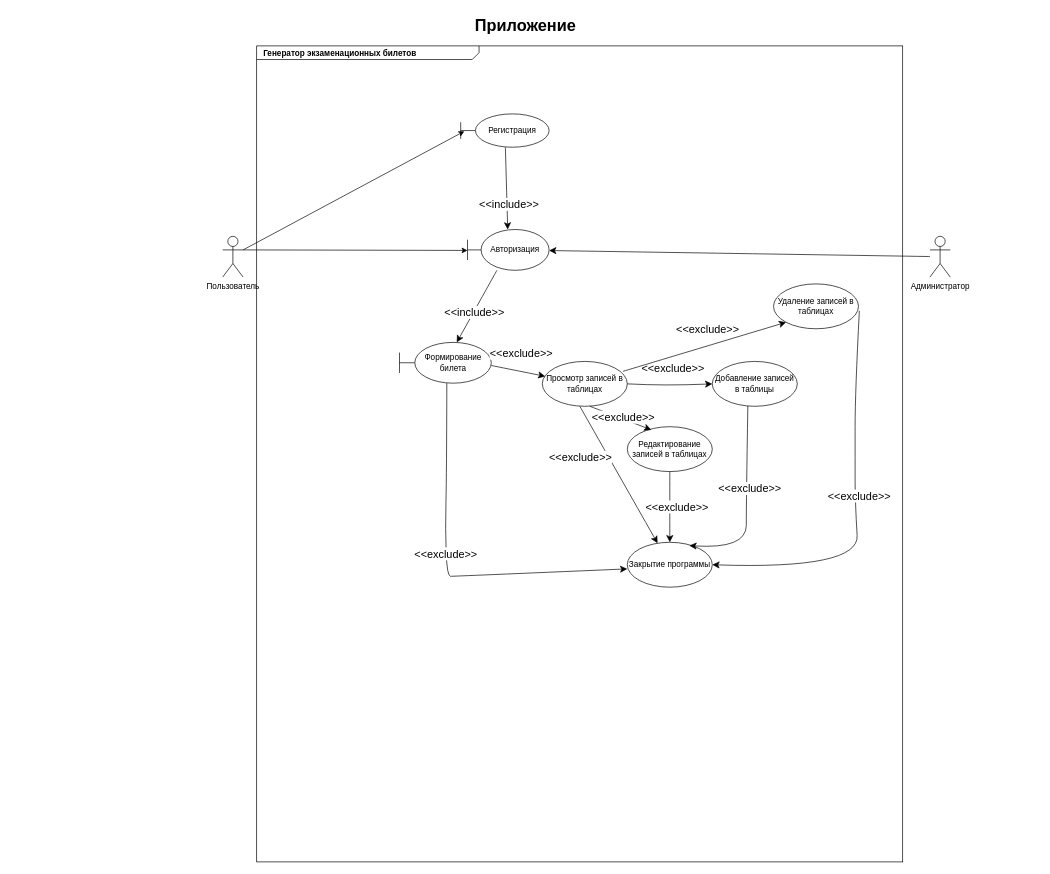
The draw.io diagram Explanatory note/uml.drawio in constantines3434/Kursach, before the edit. Source tidied: cells renumbered, new cells numbered last; positions are measured from the earlier drawing's top-left corner, leaving out a move shared by most shapes. Both pictures are drawn from the tidied source at 68%, with x=0, y=0 at pixel (12, 12).
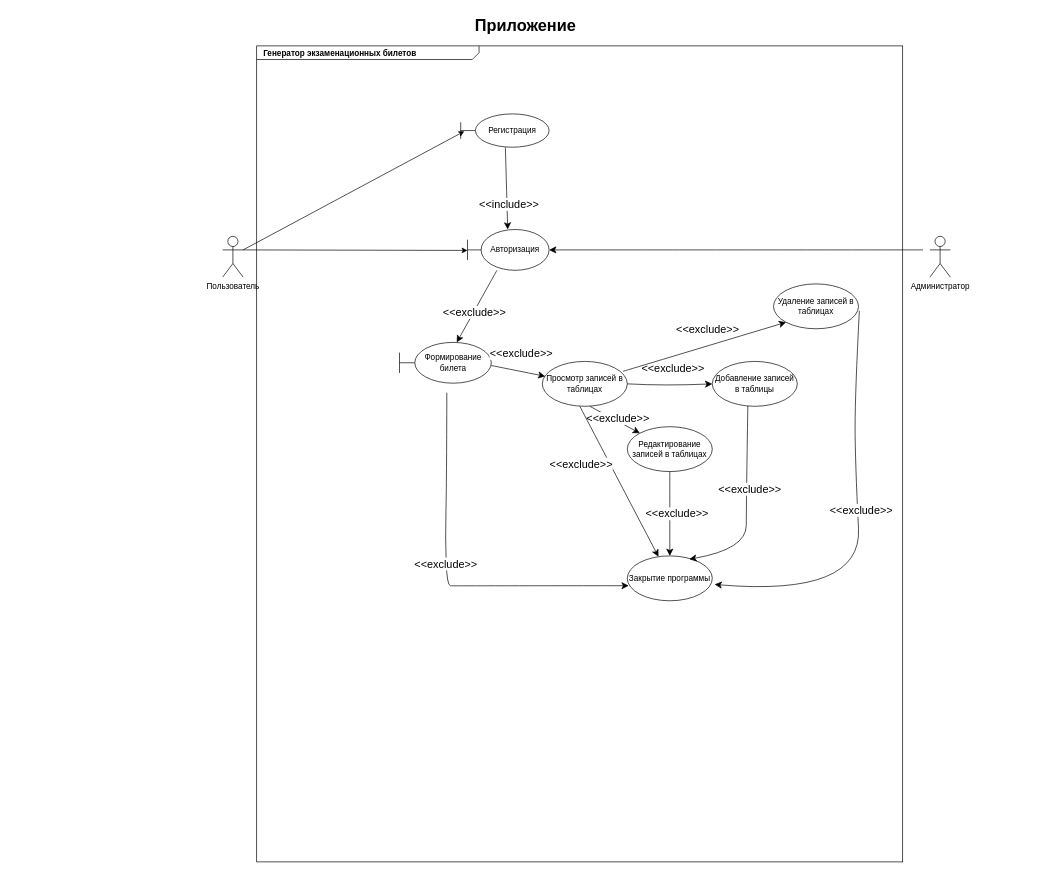
The same diagram, later.

Unchanged cells that the change refers to:
```xml
<mxCell id="6" style="edgeStyle=none;curved=1;rounded=0;jettySize=auto;html=1;fontSize=12;startSize=8;endSize=8;" parent="1" edge="1" source="8" target="12">
  <mxGeometry relative="1" as="geometry" />
</mxCell>
<mxCell id="8" value="Авторизация" style="shape=umlBoundary;whiteSpace=wrap;html=1;" parent="1" vertex="1">
  <mxGeometry x="670" y="320" width="120" height="60" as="geometry" />
</mxCell>
<mxCell id="14" value="Редактирование записей в таблицах" style="ellipse;whiteSpace=wrap;html=1;" parent="1" vertex="1">
  <mxGeometry x="905" y="610" width="125" height="66" as="geometry" />
</mxCell>
<mxCell id="16" value="Администратор" style="shape=umlActor;verticalLabelPosition=bottom;verticalAlign=top;html=1;outlineConnect=0;" parent="1" vertex="1">
  <mxGeometry x="1350" y="330" width="30" height="60" as="geometry" />
</mxCell>
<mxCell id="17" value="Удаление записей в таблицах&lt;br&gt;" style="ellipse;whiteSpace=wrap;html=1;" parent="1" vertex="1">
  <mxGeometry x="1120" y="400" width="125" height="66" as="geometry" />
</mxCell>
<mxCell id="18" value="Просмотр записей в таблицах" style="ellipse;whiteSpace=wrap;html=1;" parent="1" vertex="1">
  <mxGeometry x="780" y="514" width="125" height="66" as="geometry" />
</mxCell>
```

What changed in the source:
```diff
@@
-    <mxCell id="7" value="&amp;lt;&amp;lt;include&amp;gt;&amp;gt;" style="edgeLabel;html=1;align=center;verticalAlign=middle;fontSize=16;" parent="6" vertex="1">
+    <mxCell id="7" value="&amp;lt;&amp;lt;exclude&amp;gt;&amp;gt;" style="edgeLabel;html=1;align=center;verticalAlign=middle;fontSize=16;" parent="6" vertex="1">
       <mxGeometry x="0.15" relative="1" as="geometry" />
     </mxCell>
@@
-    <mxCell id="15" style="edgeStyle=none;curved=1;rounded=0;jettySize=auto;html=1;fontSize=12;startSize=8;endSize=8;" parent="1" edge="1" source="16" target="8">
-      <mxGeometry relative="1" as="geometry" />
+    <mxCell id="15" style="edgeStyle=none;curved=1;rounded=0;jettySize=auto;html=1;fontSize=12;startSize=8;endSize=8;" parent="1" edge="1" target="8">
+      <mxGeometry relative="1" as="geometry">
+        <mxPoint x="1340" y="350" as="sourcePoint" />
+      </mxGeometry>
     </mxCell>
@@
     <mxCell id="20" value="Закрытие программы" style="ellipse;whiteSpace=wrap;html=1;" parent="1" vertex="1">
-      <mxGeometry x="905" y="780" width="125" height="66" as="geometry" />
+      <mxGeometry x="905" y="800" width="125" height="66" as="geometry" />
     </mxCell>
-    <mxCell id="21" style="endArrow=classic;html=1;rounded=0;fontSize=12;startSize=8;endSize=8;curved=1;exitX=0.521;exitY=0.982;exitDx=0;exitDy=0;exitPerimeter=0;" parent="1" edge="1">
+    <mxCell id="21" style="endArrow=classic;html=1;rounded=0;fontSize=12;startSize=8;endSize=8;curved=1;exitX=0.521;exitY=0.982;exitDx=0;exitDy=0;exitPerimeter=0;entryX=0.017;entryY=0.664;entryDx=0;entryDy=0;entryPerimeter=0;" parent="1" edge="1" target="20">
       <mxGeometry relative="1" as="geometry">
-        <mxPoint x="639.6" y="546" as="sourcePoint" />
-        <mxPoint x="905" y="819.1" as="targetPoint" />
+        <mxPoint x="639.6" y="560" as="sourcePoint" />
         <Array as="points">
-          <mxPoint x="639.3" y="681.1" />
-          <mxPoint x="637.3" y="761.1" />
-          <mxPoint x="640" y="830" />
-          <mxPoint x="650" y="830" />
+          <mxPoint x="639.3" y="695.1" />
+          <mxPoint x="637.3" y="775.1" />
+          <mxPoint x="640" y="844" />
+          <mxPoint x="650" y="844" />
         </Array>
       </mxGeometry>
     </mxCell>
@@
-    <mxCell id="29" style="endArrow=classic;html=1;rounded=0;fontSize=12;startSize=8;endSize=8;curved=1;entryX=0.282;entryY=0.07;entryDx=0;entryDy=0;entryPerimeter=0;exitX=0.56;exitY=1;exitDx=0;exitDy=0;exitPerimeter=0;" parent="1" edge="1" source="18" target="14">
+    <mxCell id="29" style="endArrow=classic;html=1;rounded=0;fontSize=12;startSize=8;endSize=8;curved=1;exitX=0.56;exitY=1;exitDx=0;exitDy=0;exitPerimeter=0;entryX=0;entryY=0;entryDx=0;entryDy=0;" parent="1" edge="1" source="18" target="14">
       <mxGeometry relative="1" as="geometry" />
     </mxCell>
@@
-    <mxCell id="35" style="endArrow=classic;html=1;rounded=0;fontSize=12;startSize=8;endSize=8;curved=1;entryX=1;entryY=0.5;entryDx=0;entryDy=0;exitX=1.01;exitY=0.601;exitDx=0;exitDy=0;exitPerimeter=0;" parent="1" edge="1" source="17" target="20">
+    <mxCell id="35" style="endArrow=classic;html=1;rounded=0;fontSize=12;startSize=8;endSize=8;curved=1;entryX=1.027;entryY=0.636;entryDx=0;entryDy=0;exitX=1.01;exitY=0.601;exitDx=0;exitDy=0;exitPerimeter=0;entryPerimeter=0;" parent="1" edge="1" source="17" target="20">
       <mxGeometry relative="1" as="geometry">
         <Array as="points">
           <mxPoint x="1240" y="560" />
           <mxPoint x="1240" y="660" />
-          <mxPoint x="1240" y="720" />
-          <mxPoint x="1246" y="820" />
+          <mxPoint x="1250" y="860" />
         </Array>
       </mxGeometry>
     </mxCell>
```
